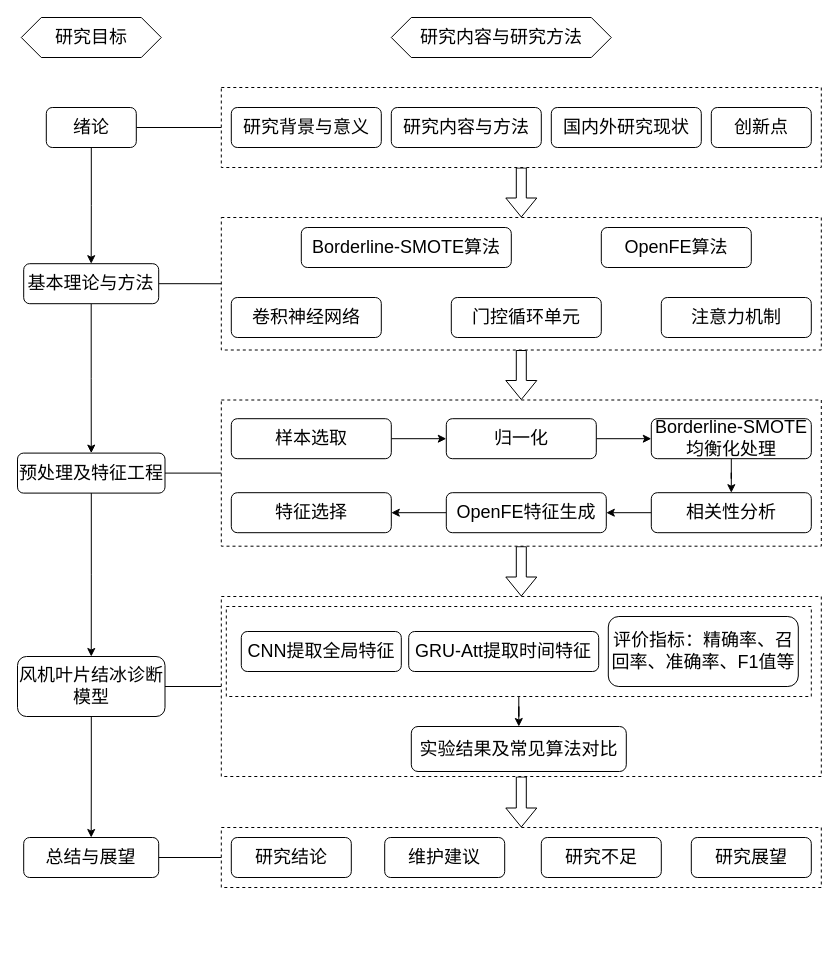
Earlier version of the draw.io diagram 毕设技术路线图1.drawio (Abccccd/-2). Source tidied: cells renumbered, new cells numbered last; positions are measured from the earlier drawing's top-left corner, leaving out a move shared by most shapes. Both pictures are drawn from the tidied source at 100%, with x=0, y=0 at pixel (17, 17).
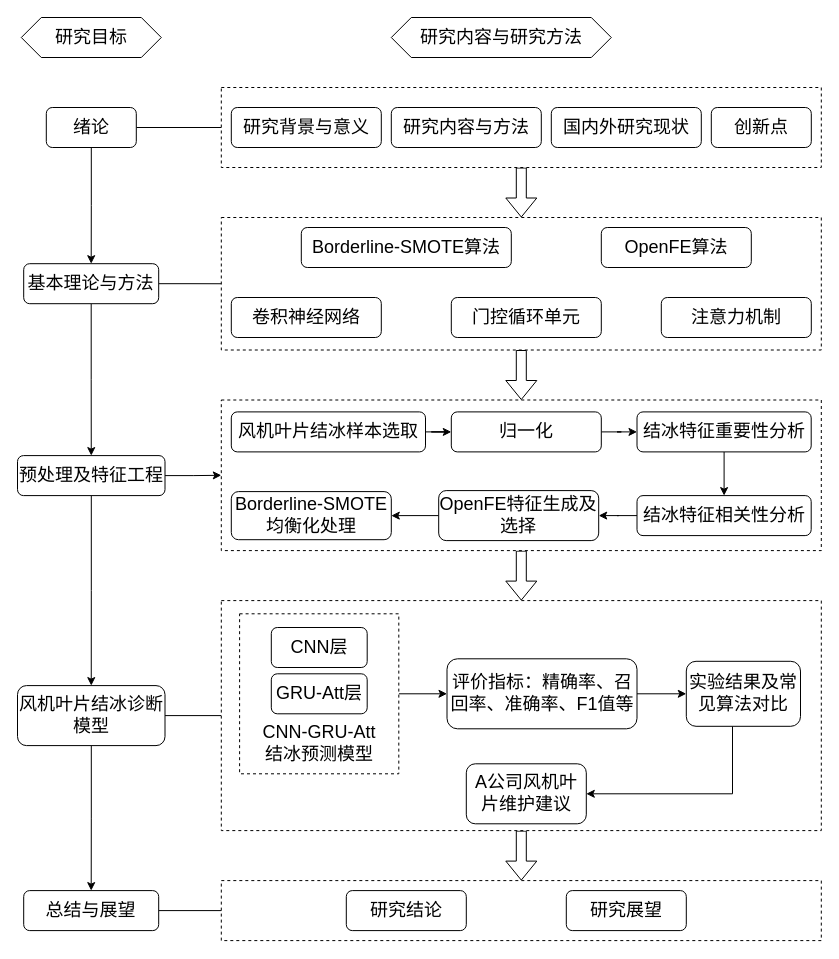
After the change.

Commit message:
更新毕设技术路线图1.drawio

Unchanged cells that the change refers to:
```xml
<mxCell id="10" style="rounded=0;whiteSpace=wrap;html=1;dashed=1;" parent="1" vertex="1">
  <mxGeometry x="203.8" y="200" width="600" height="132.5" as="geometry" />
</mxCell>
```

What changed in the source:
```diff
@@
+    <mxCell id="57" style="edgeStyle=orthogonalEdgeStyle;rounded=0;jettySize=auto;html=1;entryX=0.5;entryY=0;entryDx=0;entryDy=0;shape=flexArrow;" parent="1" edge="1" source="58" target="4">
+      <mxGeometry relative="1" as="geometry" />
+    </mxCell>
+    <mxCell id="58" style="rounded=0;whiteSpace=wrap;html=1;dashed=1;" parent="1" vertex="1">
+      <mxGeometry x="203.8" y="382.5" width="600" height="150.6" as="geometry" />
+    </mxCell>
@@
     <mxCell id="4" style="rounded=0;whiteSpace=wrap;html=1;dashed=1;" parent="1" vertex="1">
-      <mxGeometry x="203.8" y="579" width="600" height="180" as="geometry" />
+      <mxGeometry x="203.8" y="583.1" width="600" height="230" as="geometry" />
     </mxCell>
+    <mxCell id="59" style="edgeStyle=orthogonalEdgeStyle;rounded=0;jettySize=auto;html=1;" parent="1" edge="1" source="5" target="48">
+      <mxGeometry relative="1" as="geometry" />
+    </mxCell>
     <mxCell id="5" style="rounded=0;whiteSpace=wrap;html=1;dashed=1;" parent="1" vertex="1">
-      <mxGeometry x="208.8" y="589" width="585" height="90" as="geometry" />
+      <mxGeometry x="222.1" y="596.3" width="159.2" height="160" as="geometry" />
     </mxCell>
     <mxCell id="6" style="rounded=0;whiteSpace=wrap;html=1;dashed=1;" parent="1" vertex="1">
-      <mxGeometry x="203.8" y="810" width="600" height="60" as="geometry" />
+      <mxGeometry x="203.8" y="863.1" width="600" height="60" as="geometry" />
     </mxCell>
-    <mxCell id="7" style="edgeStyle=orthogonalEdgeStyle;rounded=0;jettySize=auto;html=1;entryX=0.5;entryY=0;entryDx=0;entryDy=0;shape=flexArrow;" parent="1" edge="1" source="8" target="4">
-      <mxGeometry relative="1" as="geometry" />
-    </mxCell>
-    <mxCell id="8" style="rounded=0;whiteSpace=wrap;html=1;dashed=1;" parent="1" vertex="1">
-      <mxGeometry x="203.8" y="382.5" width="600" height="146.2" as="geometry" />
-    </mxCell>
-    <mxCell id="9" style="edgeStyle=orthogonalEdgeStyle;rounded=0;jettySize=auto;html=1;entryX=0.5;entryY=0;entryDx=0;entryDy=0;shape=flexArrow;" parent="1" edge="1" source="10" target="8">
-      <mxGeometry relative="1" as="geometry" />
-    </mxCell>
+    <mxCell id="60" style="edgeStyle=orthogonalEdgeStyle;rounded=0;jettySize=auto;html=1;entryX=0.5;entryY=0;entryDx=0;entryDy=0;shape=flexArrow;" parent="1" edge="1" source="10" target="58">
+      <mxGeometry relative="1" as="geometry" />
+    </mxCell>
@@
-    <mxCell id="31" style="edgeStyle=orthogonalEdgeStyle;rounded=0;jettySize=auto;html=1;entryX=0;entryY=0.5;entryDx=0;entryDy=0;endArrow=none;endFill=0;" parent="1" edge="1" source="32" target="8">
-      <mxGeometry relative="1" as="geometry" />
-    </mxCell>
+    <mxCell id="61" style="edgeStyle=orthogonalEdgeStyle;rounded=0;jettySize=auto;html=1;entryX=0;entryY=0.5;entryDx=0;entryDy=0;" parent="1" edge="1" source="32" target="58">
+      <mxGeometry relative="1" as="geometry" />
+    </mxCell>
     <mxCell id="32" value="&lt;font style=&quot;font-size: 18px;&quot;&gt;预处理及特征工程&lt;/font&gt;" style="rounded=1;whiteSpace=wrap;html=1;" parent="1" vertex="1">
-      <mxGeometry y="435.6" width="147.5" height="40" as="geometry" />
+      <mxGeometry y="438.1" width="147.5" height="40" as="geometry" />
     </mxCell>
@@
-    <mxCell id="34" value="&lt;span style=&quot;font-size: 18px;&quot;&gt;样本选取&lt;/span&gt;" style="rounded=1;whiteSpace=wrap;html=1;" parent="1" vertex="1">
-      <mxGeometry x="213.8" y="401.2" width="160" height="40" as="geometry" />
+    <mxCell id="34" value="&lt;span style=&quot;font-size: 18px;&quot;&gt;风机叶片结冰样本选取&lt;/span&gt;" style="rounded=1;whiteSpace=wrap;html=1;" parent="1" vertex="1">
+      <mxGeometry x="213.8" y="394.4" width="194.2" height="40" as="geometry" />
     </mxCell>
@@
     <mxCell id="36" value="&lt;span style=&quot;font-size: 18px;&quot;&gt;归一化&lt;/span&gt;" style="rounded=1;whiteSpace=wrap;html=1;" parent="1" vertex="1">
-      <mxGeometry x="428.8" y="401.2" width="150" height="40" as="geometry" />
+      <mxGeometry x="433.8" y="394.4" width="150" height="40" as="geometry" />
     </mxCell>
@@
-    <mxCell id="38" value="&lt;font style=&quot;font-size: 18px;&quot;&gt;相关性分析&lt;/font&gt;" style="rounded=1;whiteSpace=wrap;html=1;" parent="1" vertex="1">
-      <mxGeometry x="633.8" y="475.2" width="160" height="40" as="geometry" />
+    <mxCell id="38" value="&lt;font style=&quot;font-size: 18px;&quot;&gt;结冰特征相关性分析&lt;/font&gt;" style="rounded=1;whiteSpace=wrap;html=1;" parent="1" vertex="1">
+      <mxGeometry x="619.5" y="478.1" width="174.2" height="40" as="geometry" />
     </mxCell>
-    <mxCell id="39" style="edgeStyle=orthogonalEdgeStyle;rounded=0;jettySize=auto;html=1;" parent="1" edge="1" source="40" target="43">
-      <mxGeometry relative="1" as="geometry" />
-    </mxCell>
+    <mxCell id="62" style="edgeStyle=orthogonalEdgeStyle;rounded=0;jettySize=auto;html=1;entryX=1;entryY=0.5;entryDx=0;entryDy=0;" parent="1" edge="1" source="40" target="65">
+      <mxGeometry relative="1" as="geometry" />
+    </mxCell>
-    <mxCell id="40" value="&lt;span style=&quot;font-size: 18px;&quot;&gt;OpenFE特征生成&lt;/span&gt;" style="rounded=1;whiteSpace=wrap;html=1;" parent="1" vertex="1">
-      <mxGeometry x="428.8" y="475.2" width="160" height="40" as="geometry" />
+    <mxCell id="40" value="&lt;span style=&quot;font-size: 18px;&quot;&gt;OpenFE特征生成及选择&lt;/span&gt;" style="rounded=1;whiteSpace=wrap;html=1;" parent="1" vertex="1">
+      <mxGeometry x="421.2" y="473.1" width="160" height="50" as="geometry" />
     </mxCell>
@@
-    <mxCell id="42" value="&lt;font style=&quot;font-size: 18px;&quot;&gt;Borderline-SMOTE均衡化处理&lt;/font&gt;" style="rounded=1;whiteSpace=wrap;html=1;" parent="1" vertex="1">
-      <mxGeometry x="633.8" y="401.2" width="160" height="40" as="geometry" />
+    <mxCell id="42" value="&lt;font style=&quot;font-size: 18px;&quot;&gt;结冰特征重要性分析&lt;/font&gt;" style="rounded=1;whiteSpace=wrap;html=1;" parent="1" vertex="1">
+      <mxGeometry x="619.5" y="394.4" width="174.2" height="40" as="geometry" />
     </mxCell>
-    <mxCell id="43" value="&lt;span style=&quot;font-size: 18px;&quot;&gt;特征选择&lt;/span&gt;" style="rounded=1;whiteSpace=wrap;html=1;" parent="1" vertex="1">
-      <mxGeometry x="213.8" y="475.2" width="160" height="40" as="geometry" />
-    </mxCell>
@@
     <mxCell id="45" value="&lt;font style=&quot;font-size: 18px;&quot;&gt;风机叶片结冰诊断模型&lt;/font&gt;" style="rounded=1;whiteSpace=wrap;html=1;" parent="1" vertex="1">
-      <mxGeometry y="639" width="147.5" height="60" as="geometry" />
+      <mxGeometry y="668.1" width="147.5" height="60" as="geometry" />
     </mxCell>
-    <mxCell id="46" value="&lt;span style=&quot;font-size: 18px;&quot;&gt;CNN提取全局特征&lt;/span&gt;" style="rounded=1;whiteSpace=wrap;html=1;" parent="1" vertex="1">
-      <mxGeometry x="223.8" y="614" width="160" height="40" as="geometry" />
-    </mxCell>
-    <mxCell id="47" value="&lt;span style=&quot;font-size: 18px;&quot;&gt;GRU-Att提取时间特征&lt;/span&gt;" style="rounded=1;whiteSpace=wrap;html=1;" parent="1" vertex="1">
-      <mxGeometry x="391.2" y="614" width="190" height="40" as="geometry" />
+    <mxCell id="47" value="&lt;span style=&quot;font-size: 18px;&quot;&gt;GRU-Att层&lt;/span&gt;" style="rounded=1;whiteSpace=wrap;html=1;" parent="1" vertex="1">
+      <mxGeometry x="253.8" y="656.3" width="95.9" height="40" as="geometry" />
     </mxCell>
+    <mxCell id="63" style="edgeStyle=orthogonalEdgeStyle;rounded=0;jettySize=auto;html=1;entryX=0;entryY=0.5;entryDx=0;entryDy=0;" parent="1" edge="1" source="48" target="50">
+      <mxGeometry relative="1" as="geometry" />
+    </mxCell>
     <mxCell id="48" value="&lt;span style=&quot;font-size: 18px;&quot;&gt;评价指标：精确率、召回率、准确率、F1值等&lt;/span&gt;" style="rounded=1;whiteSpace=wrap;html=1;" parent="1" vertex="1">
-      <mxGeometry x="590.8" y="599" width="190" height="70" as="geometry" />
+      <mxGeometry x="429.5" y="641.3" width="190" height="70" as="geometry" />
     </mxCell>
-    <mxCell id="49" style="edgeStyle=orthogonalEdgeStyle;rounded=0;jettySize=auto;html=1;entryX=0.5;entryY=1;entryDx=0;entryDy=0;endArrow=none;endFill=0;startArrow=classic;startFill=1;" parent="1" edge="1" source="50" target="5">
-      <mxGeometry relative="1" as="geometry" />
-    </mxCell>
+    <mxCell id="64" style="edgeStyle=orthogonalEdgeStyle;rounded=0;jettySize=auto;html=1;entryX=1;entryY=0.5;entryDx=0;entryDy=0;" parent="1" edge="1" source="50" target="68">
+      <mxGeometry relative="1" as="geometry">
+        <Array as="points">
+          <mxPoint x="715" y="776.3" />
+        </Array>
+      </mxGeometry>
+    </mxCell>
     <mxCell id="50" value="&lt;span style=&quot;font-size: 18px;&quot;&gt;实验结果及常见算法对比&lt;/span&gt;" style="rounded=1;whiteSpace=wrap;html=1;" parent="1" vertex="1">
-      <mxGeometry x="393.8" y="709" width="215" height="45" as="geometry" />
+      <mxGeometry x="668.8" y="643.8" width="114.2" height="65" as="geometry" />
     </mxCell>
@@
     <mxCell id="52" value="&lt;font style=&quot;font-size: 18px;&quot;&gt;总结与展望&lt;/font&gt;" style="rounded=1;whiteSpace=wrap;html=1;" parent="1" vertex="1">
-      <mxGeometry x="6.2" y="820" width="135" height="40" as="geometry" />
+      <mxGeometry x="6.2" y="873.1" width="135" height="40" as="geometry" />
     </mxCell>
     <mxCell id="53" value="&lt;span style=&quot;font-size: 18px;&quot;&gt;研究结论&lt;/span&gt;" style="rounded=1;whiteSpace=wrap;html=1;" parent="1" vertex="1">
-      <mxGeometry x="213.8" y="820" width="120" height="40" as="geometry" />
+      <mxGeometry x="328.8" y="873.1" width="120" height="40" as="geometry" />
     </mxCell>
-    <mxCell id="54" value="&lt;span style=&quot;font-size: 18px;&quot;&gt;维护建议&lt;/span&gt;" style="rounded=1;whiteSpace=wrap;html=1;" parent="1" vertex="1">
-      <mxGeometry x="367.2" y="820" width="120" height="40" as="geometry" />
-    </mxCell>
-    <mxCell id="55" value="&lt;span style=&quot;font-size: 18px;&quot;&gt;研究不足&lt;/span&gt;" style="rounded=1;whiteSpace=wrap;html=1;" parent="1" vertex="1">
-      <mxGeometry x="523.8" y="820" width="120" height="40" as="geometry" />
-    </mxCell>
     <mxCell id="56" value="&lt;span style=&quot;font-size: 18px;&quot;&gt;研究展望&lt;/span&gt;" style="rounded=1;whiteSpace=wrap;html=1;" parent="1" vertex="1">
-      <mxGeometry x="673.8" y="820" width="120" height="40" as="geometry" />
+      <mxGeometry x="548.8" y="873.1" width="120" height="40" as="geometry" />
     </mxCell>
+    <mxCell id="65" value="&lt;font style=&quot;font-size: 18px;&quot;&gt;Borderline-SMOTE均衡化处理&lt;/font&gt;" style="rounded=1;whiteSpace=wrap;html=1;" parent="1" vertex="1">
+      <mxGeometry x="213.8" y="474.1" width="160" height="48.1" as="geometry" />
+    </mxCell>
+    <mxCell id="66" value="&lt;span style=&quot;font-size: 18px;&quot;&gt;CNN层&lt;/span&gt;" style="rounded=1;whiteSpace=wrap;html=1;" parent="1" vertex="1">
+      <mxGeometry x="253.8" y="610" width="95.9" height="40" as="geometry" />
+    </mxCell>
+    <mxCell id="67" value="&lt;span style=&quot;font-size: 18px;&quot;&gt;CNN-GRU-Att结冰预测模型&lt;/span&gt;" style="rounded=1;whiteSpace=wrap;html=1;opacity=0;" parent="1" vertex="1">
+      <mxGeometry x="235.7" y="706.3" width="132.2" height="40" as="geometry" />
+    </mxCell>
+    <mxCell id="68" value="&lt;span style=&quot;font-size: 18px;&quot;&gt;A公司风机叶片维护建议&lt;/span&gt;" style="rounded=1;whiteSpace=wrap;html=1;" parent="1" vertex="1">
+      <mxGeometry x="448.8" y="746.3" width="120" height="60" as="geometry" />
+    </mxCell>
```
